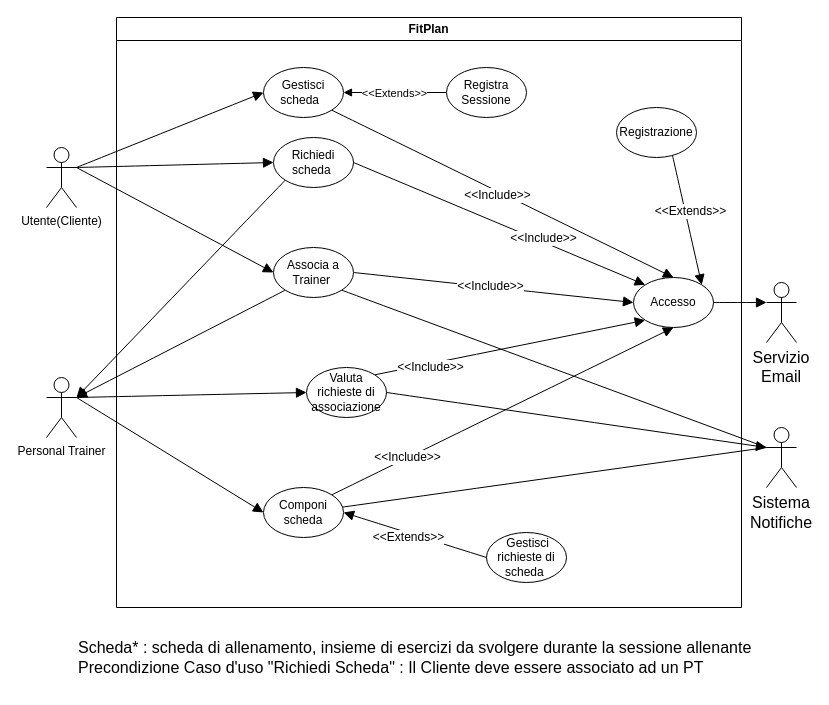
Before: UseCaseDiagram/UseCaseDiagram.drawio in FedericoSib/FitPlan, a draw.io diagram. Source tidied: cells renumbered, new cells numbered last; positions are measured from the earlier drawing's top-left corner, leaving out a move shared by most shapes. Both pictures are drawn from the tidied source at 100%, with x=0, y=0 at pixel (46, 17).
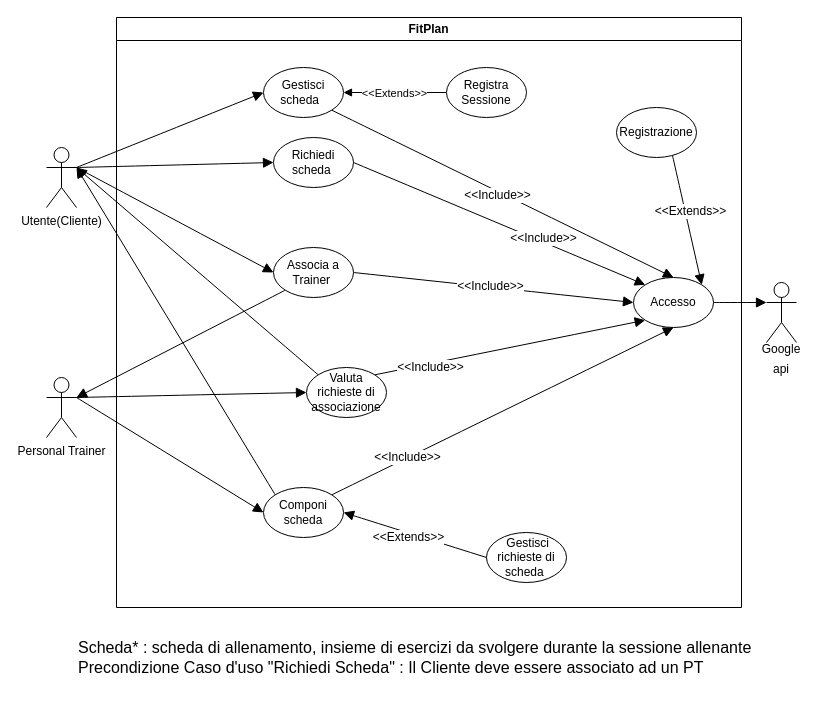
The same diagram, later.

Unchanged cells that the change refers to:
```xml
<mxCell id="7" value="Valuta richieste di associazione" style="ellipse;whiteSpace=wrap;html=1;" parent="2" vertex="1">
  <mxGeometry x="190" y="350" width="80" height="50" as="geometry" />
</mxCell>
<mxCell id="8" value="Associa a Trainer&amp;nbsp;" style="ellipse;whiteSpace=wrap;html=1;" parent="2" vertex="1">
  <mxGeometry x="157" y="230" width="80" height="50" as="geometry" />
</mxCell>
<mxCell id="9" value="Richiedi scheda&amp;nbsp;" style="ellipse;whiteSpace=wrap;html=1;" parent="2" vertex="1">
  <mxGeometry x="157" y="120" width="80" height="50" as="geometry" />
</mxCell>
<mxCell id="10" value="Componi scheda" style="ellipse;whiteSpace=wrap;html=1;" parent="2" vertex="1">
  <mxGeometry x="147" y="470" width="80" height="50" as="geometry" />
</mxCell>
<mxCell id="28" value="Utente(Cliente)" style="shape=umlActor;verticalLabelPosition=bottom;verticalAlign=top;html=1;outlineConnect=0;" parent="1" vertex="1">
  <mxGeometry y="130" width="30" height="60" as="geometry" />
</mxCell>
```

What changed in the source:
```diff
@@
-    <mxCell id="35" style="edgeStyle=none;jettySize=auto;html=1;rounded=0;fontSize=12;startSize=8;endSize=8;curved=1;exitX=0;exitY=1;exitDx=0;exitDy=0;endArrow=block;endFill=1;" parent="1" edge="1" source="9">
-      <mxGeometry relative="1" as="geometry">
-        <mxPoint x="30" y="380" as="targetPoint" />
-      </mxGeometry>
-    </mxCell>
@@
-    <mxCell id="40" style="edgeStyle=none;jettySize=auto;html=1;rounded=0;fontSize=12;startSize=8;endSize=8;curved=1;entryX=0;entryY=0.3333333333333333;entryDx=0;entryDy=0;entryPerimeter=0;endArrow=none;endFill=0;exitX=0.989;exitY=0.392;exitDx=0;exitDy=0;exitPerimeter=0;" parent="1" edge="1" source="10" target="41">
-      <mxGeometry relative="1" as="geometry" />
-    </mxCell>
-    <mxCell id="41" style="shape=umlActor;verticalLabelPosition=bottom;verticalAlign=top;html=1;outlineConnect=0;" parent="1" vertex="1">
-      <mxGeometry x="720" y="410" width="30" height="60" as="geometry" />
-    </mxCell>
-    <mxCell id="42" value="&lt;br&gt;&lt;div&gt;Servizio&lt;/div&gt;&lt;div&gt;Email&lt;/div&gt;" style="text;html=1;whiteSpace=wrap;strokeColor=none;fillColor=none;align=center;verticalAlign=middle;rounded=0;fontSize=16;" parent="1" vertex="1">
+    <mxCell id="42" value="&lt;font style=&quot;font-size: 12px;&quot;&gt;Google api&lt;/font&gt;" style="text;html=1;whiteSpace=wrap;strokeColor=none;fillColor=none;align=center;verticalAlign=middle;rounded=0;fontSize=16;" parent="1" vertex="1">
       <mxGeometry x="705" y="325" width="60" height="30" as="geometry" />
     </mxCell>
-    <mxCell id="43" value="&lt;div&gt;Sistema&lt;/div&gt;&lt;div&gt;Notifiche&lt;/div&gt;" style="text;html=1;whiteSpace=wrap;strokeColor=none;fillColor=none;align=center;verticalAlign=middle;rounded=0;fontSize=16;" parent="1" vertex="1">
-      <mxGeometry x="705" y="480" width="60" height="30" as="geometry" />
-    </mxCell>
-    <mxCell id="44" style="edgeStyle=none;jettySize=auto;html=1;rounded=0;fontSize=12;startSize=8;endSize=8;curved=1;entryX=0;entryY=0.3333333333333333;entryDx=0;entryDy=0;entryPerimeter=0;endArrow=block;endFill=1;exitX=1;exitY=0.5;exitDx=0;exitDy=0;" parent="1" edge="1" source="7" target="41">
-      <mxGeometry relative="1" as="geometry" />
-    </mxCell>
-    <mxCell id="45" style="edgeStyle=none;jettySize=auto;html=1;rounded=0;fontSize=12;startSize=8;endSize=8;curved=1;entryX=0;entryY=0.3333333333333333;entryDx=0;entryDy=0;entryPerimeter=0;endArrow=none;endFill=0;exitX=1;exitY=1;exitDx=0;exitDy=0;" parent="1" edge="1" source="8" target="41">
-      <mxGeometry relative="1" as="geometry" />
-    </mxCell>
+    <mxCell id="46" style="edgeStyle=none;jettySize=auto;html=1;rounded=0;fontSize=12;startSize=8;endSize=8;curved=1;exitX=0;exitY=0;exitDx=0;exitDy=0;entryX=1;entryY=0.3333333333333333;entryDx=0;entryDy=0;endArrow=block;endFill=1;entryPerimeter=0;" parent="1" edge="1" source="7" target="28">
+      <mxGeometry relative="1" as="geometry" />
+    </mxCell>
+    <mxCell id="47" style="edgeStyle=none;jettySize=auto;html=1;rounded=0;fontSize=12;startSize=8;endSize=8;curved=1;exitX=0;exitY=0;exitDx=0;exitDy=0;entryX=1;entryY=0.3333333333333333;entryDx=0;entryDy=0;endArrow=block;endFill=1;entryPerimeter=0;" parent="1" edge="1" source="10" target="28">
+      <mxGeometry relative="1" as="geometry" />
+    </mxCell>
```
